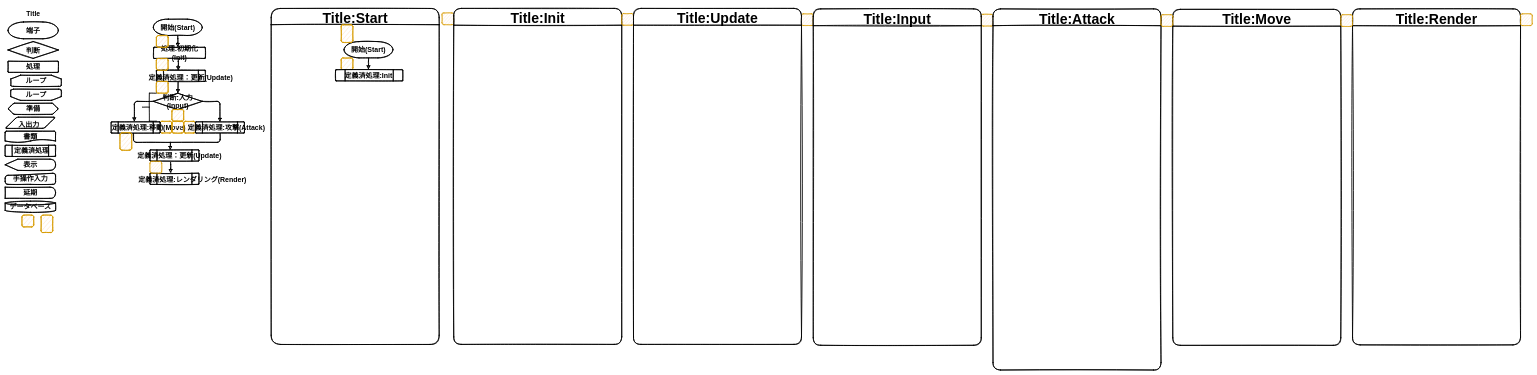
This is page "FlowChart" (1 of 8) of STG.drawio from TKG2800/STG, a draw.io file, before an edit. Source tidied: cells renumbered, new cells numbered last; positions are measured from the earlier drawing's top-left corner, leaving out a move shared by most shapes. Both pictures are drawn from the tidied source at 28%, with x=0, y=0 at pixel (5, 8).
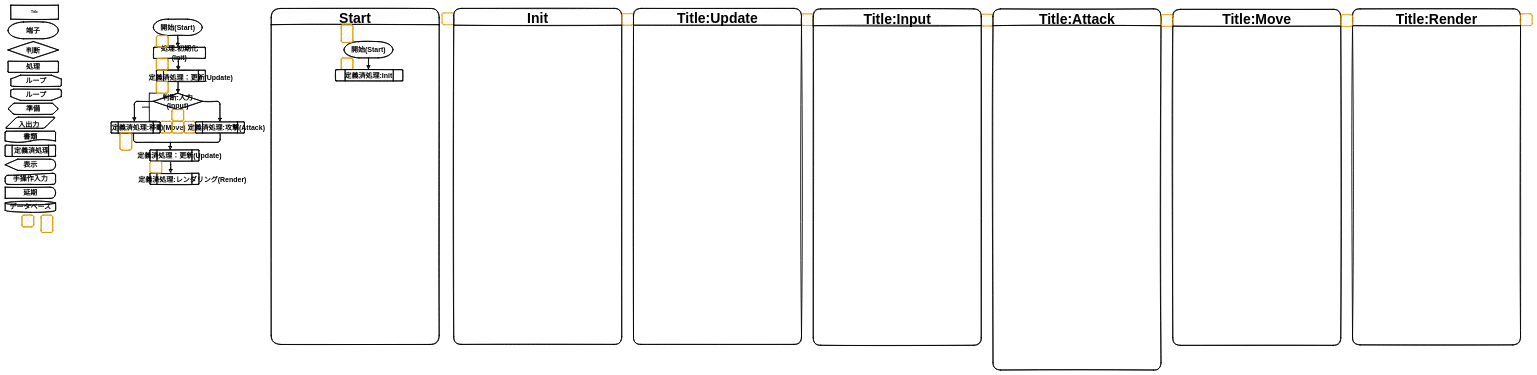
The same page after the edit.

What changed in the source:
```diff
@@
-    <mxCell id="24" value="Title" style="text;html=1;fontSize=24;fontStyle=1;verticalAlign=middle;align=center;fontFamily=AsobiMemogaki;rounded=1;strokeColor=none;strokeWidth=3;fillColor=none;sketch=1;" parent="1" vertex="1">
-      <mxGeometry x="50" width="100" height="40" as="geometry" />
-    </mxCell>
@@
-    <mxCell id="48" value="Title:Start" style="swimlane;rounded=1;fontSize=50;strokeColor=#000000;strokeWidth=3;fontFamily=AsobiMemogaki;startSize=58;verticalAlign=middle;arcSize=19;fillColor=default;sketch=1;gradientColor=none;swimlaneFillColor=none;glass=0;shadow=0;" parent="1" vertex="1">
+    <mxCell id="48" value="Start" style="swimlane;rounded=1;fontSize=50;strokeColor=#000000;strokeWidth=3;fontFamily=AsobiMemogaki;startSize=58;verticalAlign=middle;arcSize=19;fillColor=default;sketch=1;gradientColor=none;swimlaneFillColor=none;glass=0;shadow=0;" parent="1" vertex="1">
       <mxGeometry x="950" y="1.7" width="600" height="1200" as="geometry" />
     </mxCell>
@@
-    <mxCell id="63" value="Title:Init" style="swimlane;rounded=1;fontSize=50;strokeColor=#000000;strokeWidth=3;fontFamily=AsobiMemogaki;startSize=60;verticalAlign=middle;fillColor=#ffffff;sketch=1;" parent="1" vertex="1">
+    <mxCell id="63" value="Init" style="swimlane;rounded=1;fontSize=50;strokeColor=#000000;strokeWidth=3;fontFamily=AsobiMemogaki;startSize=60;verticalAlign=middle;fillColor=#ffffff;sketch=1;" parent="1" vertex="1">
       <mxGeometry x="1602" y="1.5" width="600" height="1200" as="geometry" />
     </mxCell>
@@
+    <mxCell id="24" value="Title" style="swimlane;rounded=1;shadow=0;glass=0;sketch=1;strokeColor=default;strokeWidth=3;fillColor=default;gradientColor=none;startSize=59;fontFamily=AsobiMemogaki;" parent="1" vertex="1" collapsed="1">
+      <mxGeometry x="20" y="-10" width="170" height="50" as="geometry" />
+    </mxCell>
```
